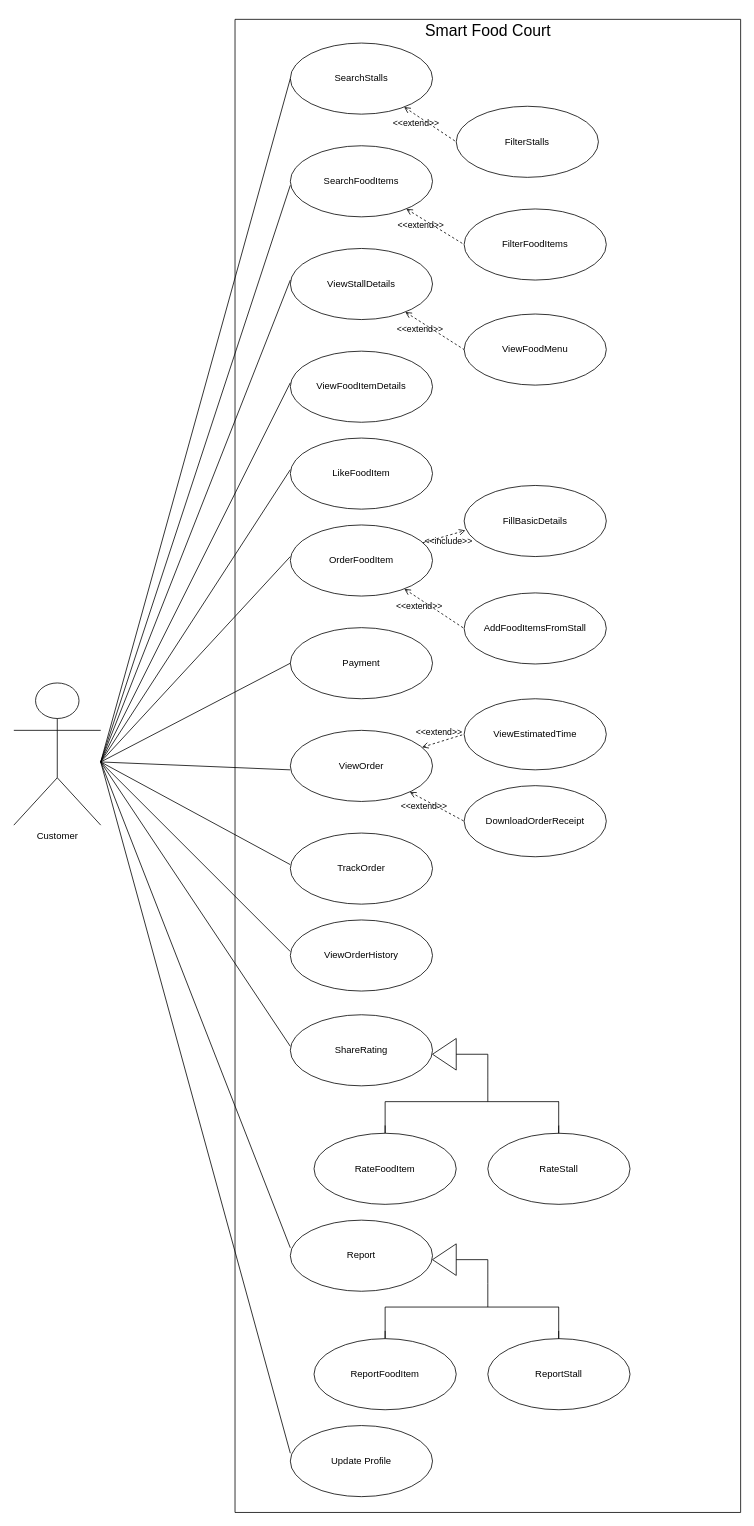
This is usecase/customer-usecase.drawio from arafatmansuri/SmartFoodCourt-System-Design, a draw.io file, before an edit. Source tidied: cells renumbered, new cells numbered last; positions are measured from the earlier drawing's top-left corner, leaving out a move shared by most shapes. Both pictures are drawn from the tidied source at 79%, with x=0, y=0 at pixel (13, 13).
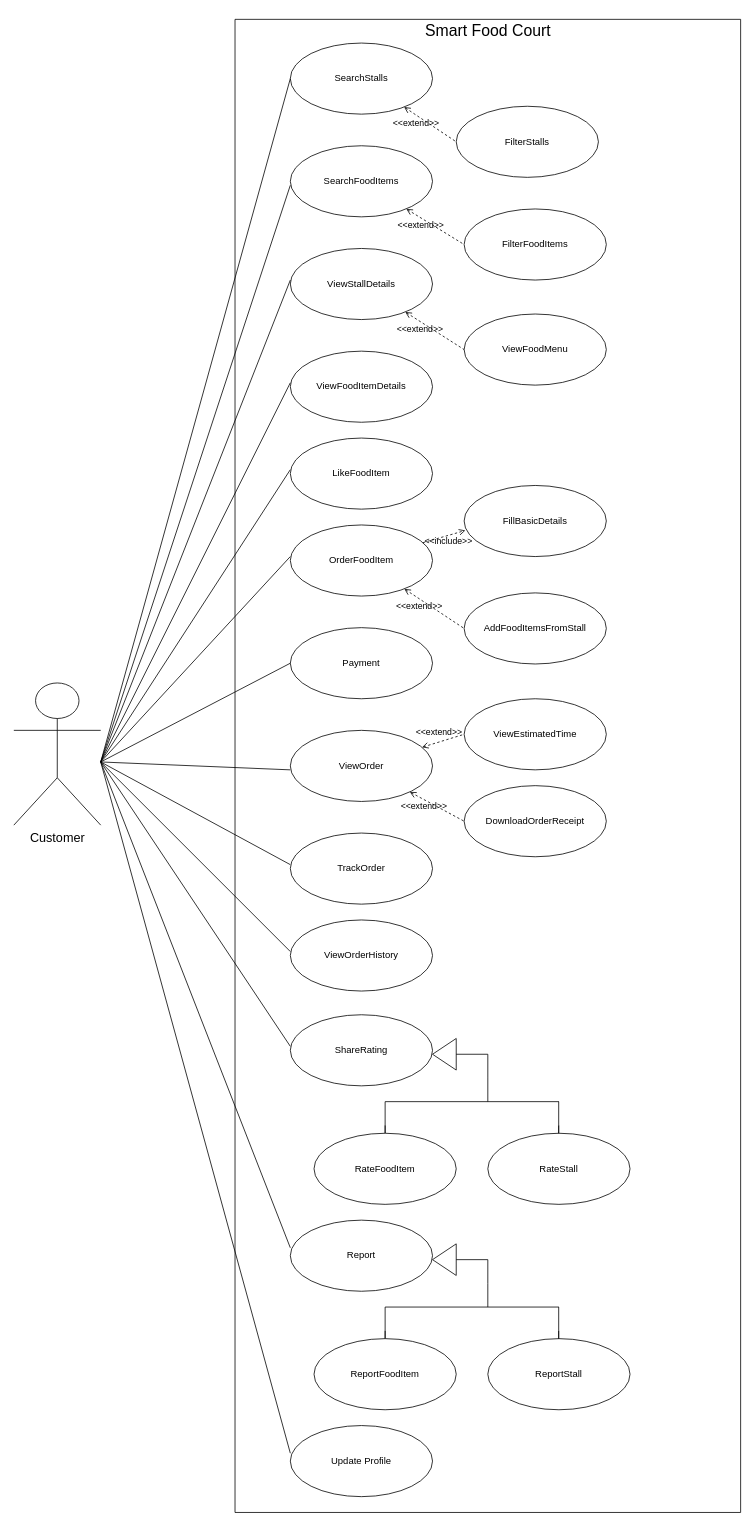
The same page after the edit.

What changed in the source:
```diff
@@
-    <mxCell id="2" value="Customer" style="shape=umlActor;verticalLabelPosition=bottom;verticalAlign=top;html=1;labelBackgroundColor=none;" parent="1" vertex="1">
+    <mxCell id="2" value="&lt;font style=&quot;font-size: 16px;&quot;&gt;Customer&lt;/font&gt;" style="shape=umlActor;verticalLabelPosition=bottom;verticalAlign=top;html=1;labelBackgroundColor=none;" parent="1" vertex="1">
       <mxGeometry y="847" width="110" height="180" as="geometry" />
     </mxCell>
```
